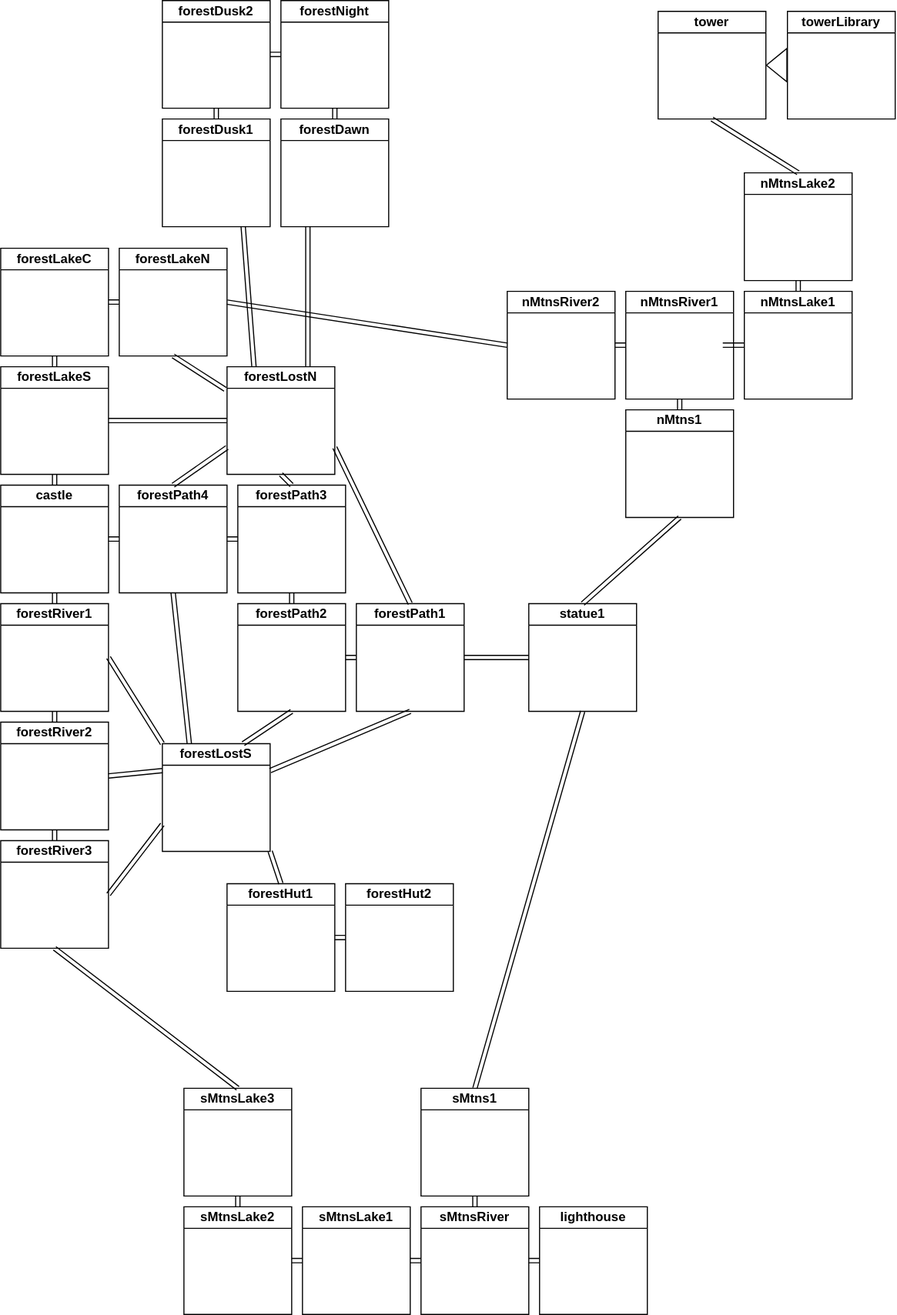
Before: GenericUntitleGameMap.svg, a diagram exported from draw.io (sdelius-prsvr/GenericUntitledGame). Source tidied: cells renumbered, new cells last; positions are measured from the earlier drawing's top-left corner, leaving out a move shared by most shapes.
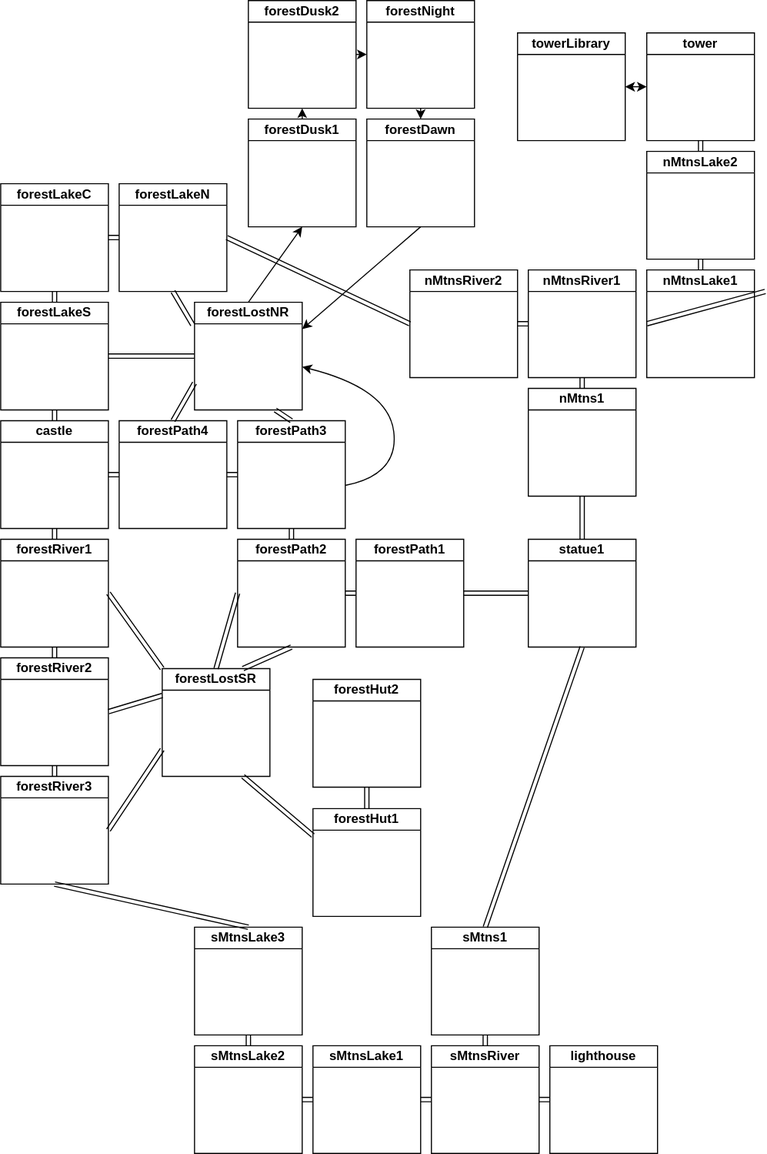
Later version of the same file.

What changed in the source:
```diff
@@ -3,25 +3,25 @@
     <mxCell id="0" />
     <mxCell id="1" parent="0" />
     <mxCell id="2" value="&lt;div&gt;statue1&lt;/div&gt;" style="swimlane;whiteSpace=wrap;html=1;startSize=20;" parent="1" vertex="1">
-      <mxGeometry x="490" y="560" width="100" height="100" as="geometry" />
+      <mxGeometry x="490" y="520" width="100" height="100" as="geometry" />
     </mxCell>
     <mxCell id="3" value="nMtns1" style="swimlane;whiteSpace=wrap;html=1;startSize=20;" parent="1" vertex="1">
-      <mxGeometry x="580" y="380" width="100" height="100" as="geometry" />
+      <mxGeometry x="490" y="380" width="100" height="100" as="geometry" />
     </mxCell>
     <mxCell id="4" value="nMtnsLake2" style="swimlane;whiteSpace=wrap;html=1;startSize=20;" parent="1" vertex="1">
-      <mxGeometry x="690" y="160" width="100" height="100" as="geometry" />
+      <mxGeometry x="600" y="160" width="100" height="100" as="geometry" />
     </mxCell>
     <mxCell id="5" value="nMtnsLake1" style="swimlane;whiteSpace=wrap;html=1;startSize=20;" parent="1" vertex="1">
-      <mxGeometry x="690" y="270" width="100" height="100" as="geometry" />
+      <mxGeometry x="600" y="270" width="100" height="100" as="geometry" />
     </mxCell>
     <mxCell id="6" value="nMtnsRiver1" style="swimlane;whiteSpace=wrap;html=1;startSize=20;" parent="1" vertex="1">
-      <mxGeometry x="580" y="270" width="100" height="100" as="geometry" />
+      <mxGeometry x="490" y="270" width="100" height="100" as="geometry" />
     </mxCell>
     <mxCell id="7" value="&lt;div&gt;tower&lt;/div&gt;" style="swimlane;whiteSpace=wrap;html=1;startSize=20;" parent="1" vertex="1">
-      <mxGeometry x="610" y="10" width="100" height="100" as="geometry" />
+      <mxGeometry x="600" y="50" width="100" height="100" as="geometry" />
     </mxCell>
     <mxCell id="8" value="towerLibrary" style="swimlane;whiteSpace=wrap;html=1;startSize=20;" parent="1" vertex="1">
-      <mxGeometry x="730" y="10" width="100" height="100" as="geometry" />
+      <mxGeometry x="480" y="50" width="100" height="100" as="geometry" />
     </mxCell>
     <mxCell id="9" style="shape=link;html=1;rounded=0;exitX=0.5;exitY=0;exitDx=0;exitDy=0;entryX=0.5;entryY=1;entryDx=0;entryDy=0;" parent="1" edge="1" source="2" target="3">
       <mxGeometry relative="1" as="geometry" />
@@ -31,7 +31,7 @@
     </mxCell>
     <mxCell id="11" style="shape=link;html=1;rounded=0;exitX=1;exitY=0.5;exitDx=0;exitDy=0;entryX=0;entryY=0.5;entryDx=0;entryDy=0;" parent="1" edge="1" target="5">
       <mxGeometry relative="1" as="geometry">
-        <mxPoint x="670" y="320" as="sourcePoint" />
+        <mxPoint x="710" y="290" as="sourcePoint" />
       </mxGeometry>
     </mxCell>
     <mxCell id="12" style="shape=link;html=1;rounded=0;exitX=0.5;exitY=0;exitDx=0;exitDy=0;entryX=0.5;entryY=1;entryDx=0;entryDy=0;" parent="1" edge="1" source="5" target="4">
@@ -40,20 +40,17 @@
     <mxCell id="13" style="shape=link;html=1;rounded=0;entryX=0.5;entryY=0;entryDx=0;entryDy=0;exitX=0.5;exitY=1;exitDx=0;exitDy=0;" parent="1" edge="1" source="7" target="4">
       <mxGeometry relative="1" as="geometry" />
     </mxCell>
-    <mxCell id="14" style="shape=flexArrow;endArrow=classic;html=1;rounded=0;entryX=1;entryY=0.5;entryDx=0;entryDy=0;exitX=0;exitY=0.5;exitDx=0;exitDy=0;" parent="1" edge="1" source="8" target="7">
-      <mxGeometry relative="1" as="geometry" />
-    </mxCell>
     <mxCell id="15" value="forestPath1" style="swimlane;whiteSpace=wrap;html=1;startSize=20;" parent="1" vertex="1">
-      <mxGeometry x="330" y="560" width="100" height="100" as="geometry" />
+      <mxGeometry x="330" y="520" width="100" height="100" as="geometry" />
     </mxCell>
     <mxCell id="16" value="sMtns1" style="swimlane;whiteSpace=wrap;html=1;startSize=20;" parent="1" vertex="1">
-      <mxGeometry x="390" y="1010" width="100" height="100" as="geometry" />
+      <mxGeometry x="400" y="880" width="100" height="100" as="geometry" />
     </mxCell>
     <mxCell id="17" style="shape=link;html=1;rounded=0;exitX=1;exitY=0.5;exitDx=0;exitDy=0;entryX=0;entryY=0.5;entryDx=0;entryDy=0;" parent="1" edge="1" source="15" target="2">
       <mxGeometry relative="1" as="geometry" />
     </mxCell>
     <mxCell id="18" value="sMtnsLake1" style="swimlane;whiteSpace=wrap;html=1;startSize=20;" parent="1" vertex="1">
-      <mxGeometry x="280" y="1120" width="100" height="100" as="geometry" />
+      <mxGeometry x="290" y="990" width="100" height="100" as="geometry" />
     </mxCell>
     <mxCell id="19" style="shape=link;html=1;rounded=0;exitX=0.5;exitY=1;exitDx=0;exitDy=0;entryX=0.5;entryY=0;entryDx=0;entryDy=0;" parent="1" edge="1" source="16" target="49">
       <mxGeometry relative="1" as="geometry" />
@@ -62,22 +59,22 @@
       <mxGeometry relative="1" as="geometry" />
     </mxCell>
     <mxCell id="21" value="nMtnsRiver2" style="swimlane;whiteSpace=wrap;html=1;startSize=20;" parent="1" vertex="1">
-      <mxGeometry x="470" y="270" width="100" height="100" as="geometry" />
+      <mxGeometry x="380" y="270" width="100" height="100" as="geometry" />
     </mxCell>
     <mxCell id="22" style="shape=link;html=1;rounded=0;entryX=0;entryY=0.5;entryDx=0;entryDy=0;exitX=1;exitY=0.5;exitDx=0;exitDy=0;" parent="1" edge="1" source="21" target="6">
       <mxGeometry relative="1" as="geometry" />
     </mxCell>
     <mxCell id="23" value="&lt;div&gt;forestPath2&lt;/div&gt;" style="swimlane;whiteSpace=wrap;html=1;startSize=20;" parent="1" vertex="1">
-      <mxGeometry x="220" y="560" width="100" height="100" as="geometry" />
+      <mxGeometry x="220" y="520" width="100" height="100" as="geometry" />
     </mxCell>
     <mxCell id="24" value="forestLakeN" style="swimlane;whiteSpace=wrap;html=1;startSize=20;" parent="1" vertex="1">
-      <mxGeometry x="110" y="230" width="100" height="100" as="geometry" />
+      <mxGeometry x="110" y="190" width="100" height="100" as="geometry" />
     </mxCell>
     <mxCell id="25" value="&lt;div&gt;forestLakeC&lt;/div&gt;" style="swimlane;whiteSpace=wrap;html=1;startSize=20;" parent="1" vertex="1">
-      <mxGeometry y="230" width="100" height="100" as="geometry" />
+      <mxGeometry y="190" width="100" height="100" as="geometry" />
     </mxCell>
     <mxCell id="26" value="forestLakeS" style="swimlane;whiteSpace=wrap;html=1;startSize=20;" parent="1" vertex="1">
-      <mxGeometry y="340" width="100" height="100" as="geometry" />
+      <mxGeometry y="300" width="100" height="100" as="geometry" />
     </mxCell>
     <mxCell id="27" style="shape=link;html=1;rounded=0;exitX=1;exitY=0.5;exitDx=0;exitDy=0;entryX=0;entryY=0.5;entryDx=0;entryDy=0;" parent="1" edge="1" source="24" target="21">
       <mxGeometry relative="1" as="geometry" />
@@ -89,28 +86,28 @@
       <mxGeometry relative="1" as="geometry" />
     </mxCell>
     <mxCell id="30" value="&lt;div&gt;castle&lt;/div&gt;" style="swimlane;whiteSpace=wrap;html=1;startSize=20;" parent="1" vertex="1">
-      <mxGeometry y="450" width="100" height="100" as="geometry" />
+      <mxGeometry y="410" width="100" height="100" as="geometry" />
     </mxCell>
     <mxCell id="31" style="shape=link;html=1;rounded=0;exitX=0.5;exitY=1;exitDx=0;exitDy=0;entryX=0.5;entryY=0;entryDx=0;entryDy=0;" parent="1" edge="1" source="26" target="30">
       <mxGeometry relative="1" as="geometry" />
     </mxCell>
     <mxCell id="32" value="&lt;div&gt;forestRiver1&lt;/div&gt;" style="swimlane;whiteSpace=wrap;html=1;startSize=20;" parent="1" vertex="1">
-      <mxGeometry y="560" width="100" height="100" as="geometry" />
+      <mxGeometry y="520" width="100" height="100" as="geometry" />
     </mxCell>
     <mxCell id="33" style="shape=link;html=1;rounded=0;exitX=0.5;exitY=1;exitDx=0;exitDy=0;entryX=0.5;entryY=0;entryDx=0;entryDy=0;" parent="1" edge="1" source="30" target="32">
       <mxGeometry relative="1" as="geometry" />
     </mxCell>
     <mxCell id="34" value="&lt;div&gt;forestRiver2&lt;/div&gt;" style="swimlane;whiteSpace=wrap;html=1;startSize=20;" parent="1" vertex="1">
-      <mxGeometry y="670" width="100" height="100" as="geometry" />
+      <mxGeometry y="630" width="100" height="100" as="geometry" />
     </mxCell>
     <mxCell id="35" value="forestRiver3" style="swimlane;whiteSpace=wrap;html=1;startSize=20;" parent="1" vertex="1">
-      <mxGeometry y="780" width="100" height="100" as="geometry" />
+      <mxGeometry y="740" width="100" height="100" as="geometry" />
     </mxCell>
     <mxCell id="36" value="&lt;div&gt;forestPath3&lt;/div&gt;" style="swimlane;whiteSpace=wrap;html=1;startSize=20;" parent="1" vertex="1">
-      <mxGeometry x="220" y="450" width="100" height="100" as="geometry" />
+      <mxGeometry x="220" y="410" width="100" height="100" as="geometry" />
     </mxCell>
     <mxCell id="37" value="&lt;div&gt;forestPath4&lt;/div&gt;" style="swimlane;whiteSpace=wrap;html=1;startSize=20;" parent="1" vertex="1">
-      <mxGeometry x="110" y="450" width="100" height="100" as="geometry" />
+      <mxGeometry x="110" y="410" width="100" height="100" as="geometry" />
     </mxCell>
     <mxCell id="38" style="shape=link;html=1;rounded=0;exitX=1;exitY=0.5;exitDx=0;exitDy=0;entryX=0;entryY=0.5;entryDx=0;entryDy=0;" parent="1" edge="1" source="23" target="15">
       <mxGeometry relative="1" as="geometry" />
@@ -131,10 +128,10 @@
       <mxGeometry relative="1" as="geometry" />
     </mxCell>
     <mxCell id="44" value="&lt;div&gt;sMtnsLake3&lt;/div&gt;" style="swimlane;whiteSpace=wrap;html=1;startSize=20;" parent="1" vertex="1">
-      <mxGeometry x="170" y="1010" width="100" height="100" as="geometry" />
+      <mxGeometry x="180" y="880" width="100" height="100" as="geometry" />
     </mxCell>
     <mxCell id="45" value="&lt;div&gt;sMtnsLake2&lt;/div&gt;" style="swimlane;whiteSpace=wrap;html=1;startSize=20;" parent="1" vertex="1">
-      <mxGeometry x="170" y="1120" width="100" height="100" as="geometry" />
+      <mxGeometry x="180" y="990" width="100" height="100" as="geometry" />
     </mxCell>
     <mxCell id="46" style="shape=link;html=1;rounded=0;entryX=0.5;entryY=0;entryDx=0;entryDy=0;exitX=0.5;exitY=1;exitDx=0;exitDy=0;" parent="1" edge="1" source="35" target="44">
       <mxGeometry relative="1" as="geometry" />
@@ -146,53 +143,46 @@
       <mxGeometry relative="1" as="geometry" />
     </mxCell>
     <mxCell id="49" value="sMtnsRiver" style="swimlane;whiteSpace=wrap;html=1;startSize=20;" parent="1" vertex="1">
-      <mxGeometry x="390" y="1120" width="100" height="100" as="geometry" />
+      <mxGeometry x="400" y="990" width="100" height="100" as="geometry" />
     </mxCell>
     <mxCell id="50" style="shape=link;html=1;rounded=0;exitX=1;exitY=0.5;exitDx=0;exitDy=0;entryX=0;entryY=0.5;entryDx=0;entryDy=0;" parent="1" edge="1" source="18" target="49">
       <mxGeometry relative="1" as="geometry" />
     </mxCell>
     <mxCell id="51" value="&lt;div&gt;lighthouse&lt;/div&gt;" style="swimlane;whiteSpace=wrap;html=1;startSize=20;" parent="1" vertex="1">
-      <mxGeometry x="500" y="1120" width="100" height="100" as="geometry" />
+      <mxGeometry x="510" y="990" width="100" height="100" as="geometry" />
     </mxCell>
     <mxCell id="52" style="shape=link;html=1;rounded=0;exitX=1;exitY=0.5;exitDx=0;exitDy=0;entryX=0;entryY=0.5;entryDx=0;entryDy=0;" parent="1" edge="1" source="49" target="51">
       <mxGeometry relative="1" as="geometry" />
     </mxCell>
     <mxCell id="53" value="forestHut1" style="swimlane;whiteSpace=wrap;html=1;startSize=20;" parent="1" vertex="1">
-      <mxGeometry x="210" y="820" width="100" height="100" as="geometry" />
+      <mxGeometry x="290" y="770" width="100" height="100" as="geometry" />
     </mxCell>
     <mxCell id="54" value="&lt;div&gt;forestHut2&lt;/div&gt;" style="swimlane;whiteSpace=wrap;html=1;startSize=20;" parent="1" vertex="1">
-      <mxGeometry x="320" y="820" width="100" height="100" as="geometry" />
+      <mxGeometry x="290" y="650" width="100" height="100" as="geometry" />
     </mxCell>
-    <mxCell id="55" value="forestLostN" style="swimlane;whiteSpace=wrap;html=1;startSize=20;" parent="1" vertex="1">
-      <mxGeometry x="210" y="340" width="100" height="100" as="geometry" />
+    <mxCell id="55" value="forestLostNR" style="swimlane;whiteSpace=wrap;html=1;startSize=20;" parent="1" vertex="1">
+      <mxGeometry x="180" y="300" width="100" height="100" as="geometry" />
     </mxCell>
     <mxCell id="56" style="shape=link;html=1;rounded=0;exitX=0.5;exitY=1;exitDx=0;exitDy=0;entryX=-0.017;entryY=0.21;entryDx=0;entryDy=0;entryPerimeter=0;" parent="1" edge="1" source="24" target="55">
       <mxGeometry relative="1" as="geometry" />
     </mxCell>
-    <mxCell id="57" style="shape=link;html=1;rounded=0;exitX=0.5;exitY=1;exitDx=0;exitDy=0;entryX=0.5;entryY=0;entryDx=0;entryDy=0;" parent="1" edge="1" source="55" target="36">
+    <mxCell id="57" style="shape=link;html=1;rounded=0;exitX=0.75;exitY=1;exitDx=0;exitDy=0;entryX=0.5;entryY=0;entryDx=0;entryDy=0;" parent="1" edge="1" source="55" target="36">
       <mxGeometry relative="1" as="geometry" />
     </mxCell>
-    <mxCell id="58" style="shape=link;html=1;rounded=0;exitX=1;exitY=0.5;exitDx=0;exitDy=0;entryX=0;entryY=0.5;entryDx=0;entryDy=0;" parent="1" edge="1" source="26" target="55">
-      <mxGeometry relative="1" as="geometry" />
+    <mxCell id="58" style="shape=link;html=1;rounded=0;exitX=1;exitY=0.5;exitDx=0;exitDy=0;" parent="1" edge="1" source="26">
+      <mxGeometry relative="1" as="geometry">
+        <mxPoint x="180" y="350" as="targetPoint" />
+      </mxGeometry>
     </mxCell>
     <mxCell id="59" style="shape=link;html=1;rounded=0;exitX=0.5;exitY=0;exitDx=0;exitDy=0;entryX=0;entryY=0.75;entryDx=0;entryDy=0;" parent="1" edge="1" source="37" target="55">
       <mxGeometry relative="1" as="geometry" />
     </mxCell>
-    <mxCell id="60" style="shape=link;html=1;rounded=0;entryX=0.5;entryY=0;entryDx=0;entryDy=0;exitX=1;exitY=0.75;exitDx=0;exitDy=0;" parent="1" edge="1" source="55" target="15">
-      <mxGeometry relative="1" as="geometry" />
-    </mxCell>
-    <mxCell id="61" value="forestLostS" style="swimlane;whiteSpace=wrap;html=1;startSize=20;" parent="1" vertex="1">
-      <mxGeometry x="150" y="690" width="100" height="100" as="geometry" />
+    <mxCell id="61" value="forestLostSR" style="swimlane;whiteSpace=wrap;html=1;startSize=20;" parent="1" vertex="1">
+      <mxGeometry x="150" y="640" width="100" height="100" as="geometry" />
     </mxCell>
-    <mxCell id="62" style="shape=link;html=1;rounded=0;exitX=0.5;exitY=1;exitDx=0;exitDy=0;entryX=0.25;entryY=0;entryDx=0;entryDy=0;" parent="1" edge="1" source="37" target="61">
-      <mxGeometry relative="1" as="geometry" />
-    </mxCell>
     <mxCell id="63" style="shape=link;html=1;rounded=0;exitX=0.5;exitY=1;exitDx=0;exitDy=0;entryX=0.75;entryY=0;entryDx=0;entryDy=0;" parent="1" edge="1" source="23" target="61">
       <mxGeometry relative="1" as="geometry" />
     </mxCell>
-    <mxCell id="64" style="shape=link;html=1;rounded=0;exitX=0.5;exitY=1;exitDx=0;exitDy=0;entryX=1;entryY=0.25;entryDx=0;entryDy=0;" parent="1" edge="1" source="15" target="61">
-      <mxGeometry relative="1" as="geometry" />
-    </mxCell>
     <mxCell id="65" style="shape=link;html=1;rounded=0;exitX=1;exitY=0.5;exitDx=0;exitDy=0;entryX=0;entryY=0;entryDx=0;entryDy=0;" parent="1" edge="1" source="32" target="61">
       <mxGeometry relative="1" as="geometry" />
     </mxCell>
@@ -202,38 +192,54 @@
     <mxCell id="67" style="shape=link;html=1;rounded=0;exitX=1;exitY=0.5;exitDx=0;exitDy=0;entryX=0;entryY=0.75;entryDx=0;entryDy=0;" parent="1" edge="1" source="35" target="61">
       <mxGeometry relative="1" as="geometry" />
     </mxCell>
-    <mxCell id="68" style="shape=link;html=1;rounded=0;exitX=1;exitY=1;exitDx=0;exitDy=0;entryX=0.5;entryY=0;entryDx=0;entryDy=0;" parent="1" edge="1" source="61" target="53">
+    <mxCell id="68" style="shape=link;html=1;rounded=0;exitX=0.75;exitY=1;exitDx=0;exitDy=0;entryX=0;entryY=0.25;entryDx=0;entryDy=0;" parent="1" edge="1" source="61" target="53">
       <mxGeometry relative="1" as="geometry" />
     </mxCell>
-    <mxCell id="69" style="shape=link;html=1;rounded=0;exitX=1;exitY=0.5;exitDx=0;exitDy=0;entryX=0;entryY=0.5;entryDx=0;entryDy=0;" parent="1" edge="1" source="53" target="54">
+    <mxCell id="69" style="shape=link;html=1;rounded=0;exitX=0.5;exitY=0;exitDx=0;exitDy=0;entryX=0.5;entryY=1;entryDx=0;entryDy=0;" parent="1" edge="1" source="53" target="54">
       <mxGeometry relative="1" as="geometry" />
     </mxCell>
-    <mxCell id="70" style="shape=link;html=1;rounded=0;exitX=0.25;exitY=0;exitDx=0;exitDy=0;entryX=0.75;entryY=1;entryDx=0;entryDy=0;" parent="1" edge="1" source="55" target="71">
-      <mxGeometry relative="1" as="geometry" />
-    </mxCell>
     <mxCell id="71" value="&lt;div&gt;forestDusk1&lt;/div&gt;" style="swimlane;whiteSpace=wrap;html=1;startSize=20;" parent="1" vertex="1">
-      <mxGeometry x="150" y="110" width="100" height="100" as="geometry" />
+      <mxGeometry x="230" y="130" width="100" height="100" as="geometry" />
     </mxCell>
     <mxCell id="72" value="&lt;div&gt;forestDusk2&lt;/div&gt;" style="swimlane;whiteSpace=wrap;html=1;startSize=20;" parent="1" vertex="1">
-      <mxGeometry x="150" width="100" height="100" as="geometry" />
+      <mxGeometry x="230" y="20" width="100" height="100" as="geometry" />
     </mxCell>
+    <mxCell id="74" value="forestNight" style="swimlane;whiteSpace=wrap;html=1;startSize=20;" parent="1" vertex="1">
+      <mxGeometry x="340" y="20" width="100" height="100" as="geometry" />
+    </mxCell>
+    <mxCell id="76" value="&lt;div&gt;forestDawn&lt;/div&gt;" style="swimlane;whiteSpace=wrap;html=1;startSize=20;" parent="1" vertex="1">
+      <mxGeometry x="340" y="130" width="100" height="100" as="geometry" />
+    </mxCell>
+    <mxCell id="14" style="endArrow=classic;startArrow=classic;html=1;rounded=0;entryX=0;entryY=0.5;entryDx=0;entryDy=0;exitX=1;exitY=0.5;exitDx=0;exitDy=0;" parent="1" edge="1" source="8" target="7">
+      <mxGeometry relative="1" as="geometry" />
+    </mxCell>
+    <mxCell id="70" style="endArrow=classic;html=1;rounded=0;exitX=0.5;exitY=0;exitDx=0;exitDy=0;entryX=0.5;entryY=1;entryDx=0;entryDy=0;" parent="1" edge="1" source="55" target="71">
+      <mxGeometry relative="1" as="geometry" />
+    </mxCell>
-    <mxCell id="73" style="shape=link;html=1;rounded=0;entryX=0.5;entryY=1;entryDx=0;entryDy=0;exitX=0.5;exitY=0;exitDx=0;exitDy=0;" parent="1" edge="1" source="71" target="72">
+    <mxCell id="73" style="endArrow=classic;html=1;rounded=0;exitX=0.5;exitY=0;exitDx=0;exitDy=0;entryX=0.5;entryY=1;entryDx=0;entryDy=0;" parent="1" edge="1" source="71" target="72">
       <mxGeometry relative="1" as="geometry" />
     </mxCell>
-    <mxCell id="74" value="forestNight" style="swimlane;whiteSpace=wrap;html=1;startSize=20;" parent="1" vertex="1">
-      <mxGeometry x="260" width="100" height="100" as="geometry" />
-    </mxCell>
-    <mxCell id="75" style="shape=link;html=1;rounded=0;exitX=1;exitY=0.5;exitDx=0;exitDy=0;entryX=0;entryY=0.5;entryDx=0;entryDy=0;" parent="1" edge="1" source="72" target="74">
+    <mxCell id="75" style="endArrow=classic;html=1;rounded=0;exitX=1;exitY=0.5;exitDx=0;exitDy=0;entryX=0;entryY=0.5;entryDx=0;entryDy=0;" parent="1" edge="1" source="72" target="74">
       <mxGeometry relative="1" as="geometry" />
     </mxCell>
-    <mxCell id="76" value="&lt;div&gt;forestDawn&lt;/div&gt;" style="swimlane;whiteSpace=wrap;html=1;startSize=20;" parent="1" vertex="1">
-      <mxGeometry x="260" y="110" width="100" height="100" as="geometry" />
-    </mxCell>
-    <mxCell id="77" style="shape=link;html=1;rounded=0;exitX=0.5;exitY=1;exitDx=0;exitDy=0;entryX=0.5;entryY=0;entryDx=0;entryDy=0;" parent="1" edge="1" source="74" target="76">
+    <mxCell id="77" style="endArrow=classic;html=1;rounded=0;exitX=0.5;exitY=1;exitDx=0;exitDy=0;entryX=0.5;entryY=0;entryDx=0;entryDy=0;" parent="1" edge="1" source="74" target="76">
       <mxGeometry relative="1" as="geometry" />
     </mxCell>
-    <mxCell id="78" style="shape=link;html=1;rounded=0;exitX=0.25;exitY=1;exitDx=0;exitDy=0;entryX=0.75;entryY=0;entryDx=0;entryDy=0;" parent="1" edge="1" source="76" target="55">
+    <mxCell id="78" style="endArrow=classic;html=1;rounded=0;exitX=0.5;exitY=1;exitDx=0;exitDy=0;entryX=1;entryY=0.25;entryDx=0;entryDy=0;" parent="1" edge="1" source="76" target="55">
       <mxGeometry relative="1" as="geometry" />
     </mxCell>
+    <mxCell id="79" style="shape=link;html=1;rounded=0;entryX=0;entryY=0.5;entryDx=0;entryDy=0;exitX=0.5;exitY=0;exitDx=0;exitDy=0;" parent="1" edge="1" source="61" target="23">
+      <mxGeometry relative="1" as="geometry" />
+    </mxCell>
+    <mxCell id="80" style="curved=1;endArrow=classic;html=1;rounded=0;" parent="1" edge="1">
+      <mxGeometry relative="1" as="geometry">
+        <mxPoint x="320" y="470" as="sourcePoint" />
+        <mxPoint x="280" y="360" as="targetPoint" />
+        <Array as="points">
+          <mxPoint x="370" y="460" />
+          <mxPoint x="360" y="380" />
+        </Array>
+      </mxGeometry>
+    </mxCell>
   </root>
 </mxGraphModel>
```
